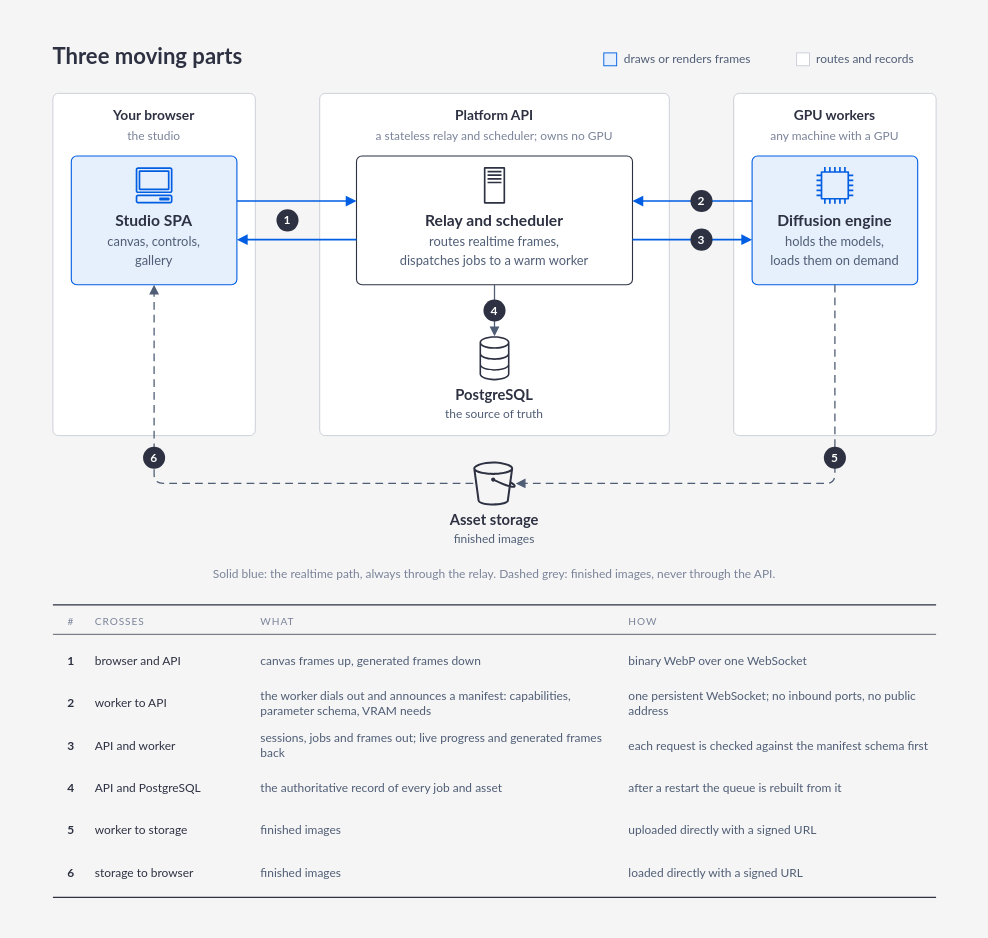
Before: docs/figures/whitepaper/under-the-hood.drawio in Portocolom-Studio/potocolom, a draw.io diagram. Source tidied: cells renumbered, new cells numbered last; positions are measured from the earlier drawing's top-left corner, leaving out a move shared by most shapes. Both pictures are drawn from the tidied source at 92%, with x=0, y=0 at pixel (16, 16).
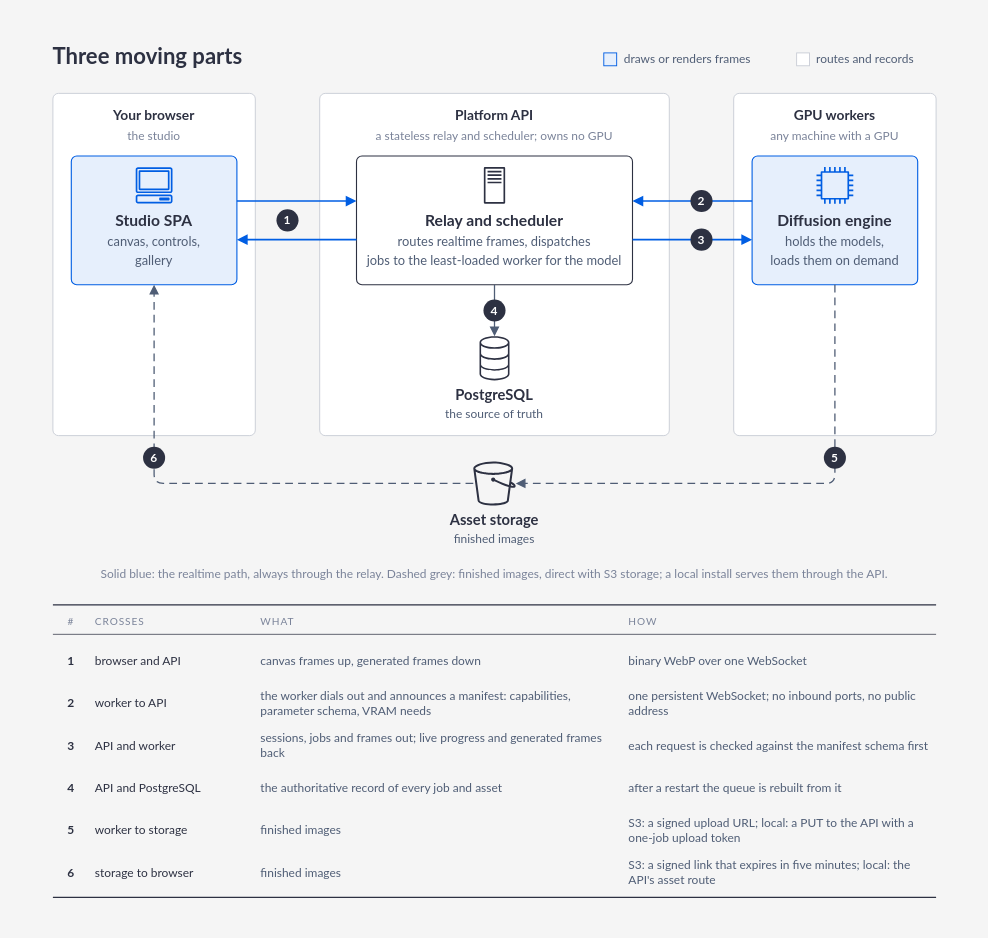
The same diagram, later.

What changed in the source:
```diff
@@
-    <mxCell id="19" value="&lt;b&gt;Relay and scheduler&lt;/b&gt;&lt;br&gt;&lt;span style=&quot;font-size:14px;font-weight:normal;color:#4f5d75;line-height:1.5&quot;&gt;routes realtime frames,&lt;br&gt;dispatches jobs to a warm worker&lt;/span&gt;" style="spacingTop=44;rounded=1;absoluteArcSize=1;arcSize=12;whiteSpace=wrap;html=1;fillColor=#ffffff;strokeColor=#2d3142;strokeWidth=1.2;fontFamily=Lato;fontSize=17;fontColor=#2d3142;fontStyle=0;align=center;verticalAlign=middle;spacing=10;" parent="1" vertex="1">
+    <mxCell id="19" value="&lt;b&gt;Relay and scheduler&lt;/b&gt;&lt;br&gt;&lt;span style=&quot;font-size:14px;font-weight:normal;color:#4f5d75;line-height:1.5&quot;&gt;routes realtime frames, dispatches&lt;br&gt;jobs to the least-loaded worker for the model&lt;/span&gt;" style="spacingTop=44;rounded=1;absoluteArcSize=1;arcSize=12;whiteSpace=wrap;html=1;fillColor=#ffffff;strokeColor=#2d3142;strokeWidth=1.2;fontFamily=Lato;fontSize=17;fontColor=#2d3142;fontStyle=0;align=center;verticalAlign=middle;spacing=10;" parent="1" vertex="1">
       <mxGeometry x="370" y="152" width="300" height="140" as="geometry" />
     </mxCell>
@@
-    <mxCell id="42" value="Solid blue: the realtime path, always through the relay. Dashed grey: finished images, never through the API." style="text;html=1;whiteSpace=wrap;fontFamily=Lato;fontSize=13;fontColor=#7a8399;fontStyle=0;align=center;verticalAlign=middle;spacing=0;" parent="1" vertex="1">
+    <mxCell id="42" value="Solid blue: the realtime path, always through the relay. Dashed grey: finished images, direct with S3 storage; a local install serves them through the API." style="text;html=1;whiteSpace=wrap;fontFamily=Lato;fontSize=13;fontColor=#7a8399;fontStyle=0;align=center;verticalAlign=middle;spacing=0;" parent="1" vertex="1">
       <mxGeometry x="40" y="596" width="960" height="20" as="geometry" />
     </mxCell>
@@
-    <mxCell id="68" value="uploaded directly with a signed URL" style="text;html=1;whiteSpace=wrap;fontFamily=Lato;fontSize=13;fontColor=#4f5d75;fontStyle=0;align=left;verticalAlign=middle;spacing=0;" parent="1" vertex="1">
+    <mxCell id="68" value="S3: a signed upload URL; local: a PUT to the API with a one-job upload token" style="text;html=1;whiteSpace=wrap;fontFamily=Lato;fontSize=13;fontColor=#4f5d75;fontStyle=0;align=left;verticalAlign=middle;spacing=0;" parent="1" vertex="1">
       <mxGeometry x="666" y="862" width="328" height="46" as="geometry" />
     </mxCell>
@@
-    <mxCell id="72" value="loaded directly with a signed URL" style="text;html=1;whiteSpace=wrap;fontFamily=Lato;fontSize=13;fontColor=#4f5d75;fontStyle=0;align=left;verticalAlign=middle;spacing=0;" parent="1" vertex="1">
+    <mxCell id="72" value="S3: a signed link that expires in five minutes; local: the API&amp;#x27;s asset route" style="text;html=1;whiteSpace=wrap;fontFamily=Lato;fontSize=13;fontColor=#4f5d75;fontStyle=0;align=left;verticalAlign=middle;spacing=0;" parent="1" vertex="1">
       <mxGeometry x="666" y="908" width="328" height="46" as="geometry" />
     </mxCell>
```
